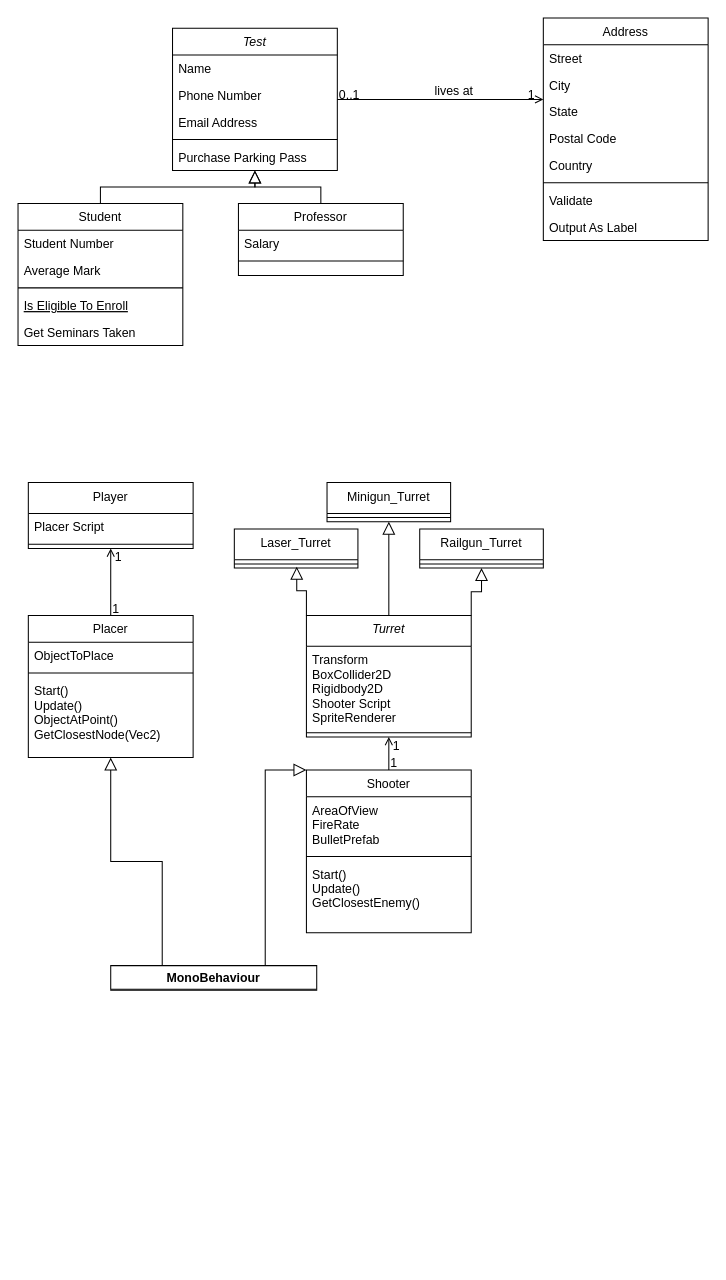
This is Assets/UML Diagram.drawio from Astrophsica/AlienAttack, a draw.io file, before an edit. Source tidied: cells renumbered, new cells numbered last; positions are measured from the earlier drawing's top-left corner, leaving out a move shared by most shapes. Both pictures are drawn from the tidied source at 103%, with x=0, y=0 at pixel (18, 18).
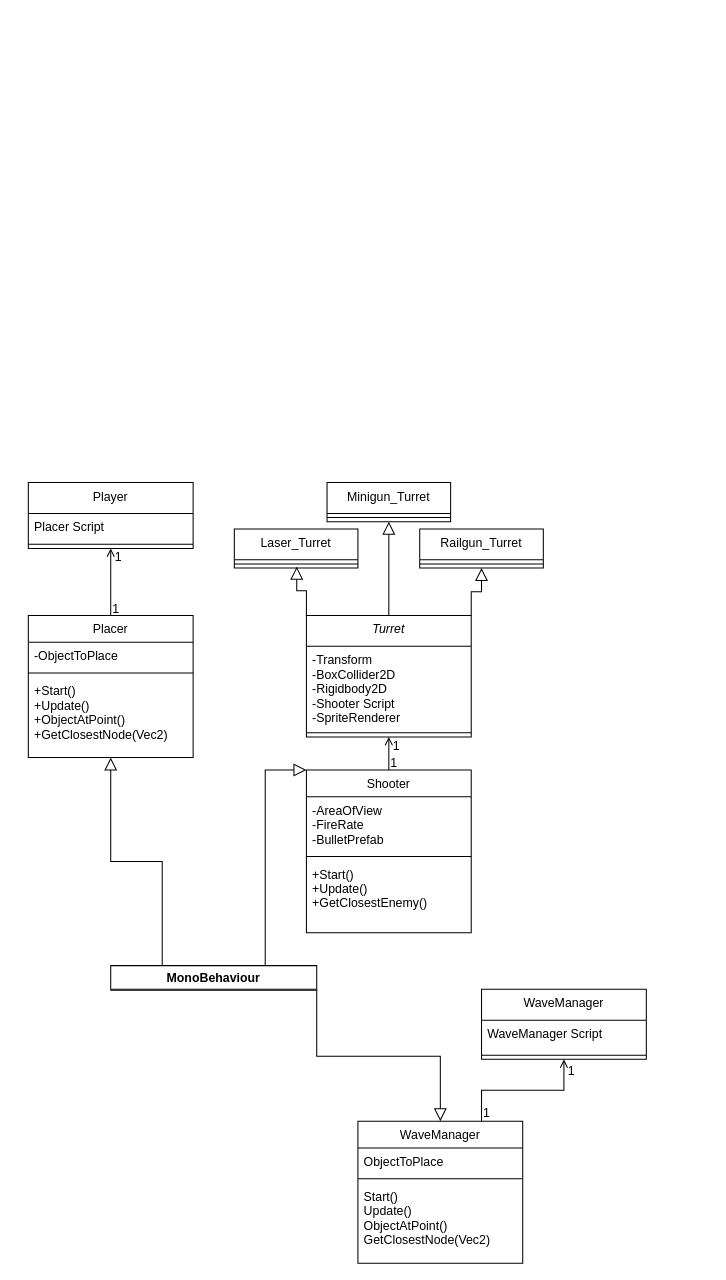
The same page after the edit.

The change refers to these unchanged cells:
```xml
<mxCell id="35" value="Placer" style="swimlane;fontStyle=0;align=center;verticalAlign=top;horizontal=1;startSize=26;rounded=0;shadow=0;strokeWidth=1;" parent="1" vertex="1">
  <mxGeometry x="10" y="580" width="160" height="138" as="geometry" />
</mxCell>
<mxCell id="42" value="MonoBehaviour" style="swimlane;" parent="1" vertex="1">
  <mxGeometry x="90" y="920" width="200" height="24" as="geometry" />
</mxCell>
<mxCell id="43" value="Turret" style="swimlane;fontStyle=2;align=center;verticalAlign=top;horizontal=1;startSize=30;rounded=0;shadow=0;strokeWidth=1;" parent="1" vertex="1">
  <mxGeometry x="280" y="580" width="160" height="118" as="geometry" />
</mxCell>
<mxCell id="52" value="Shooter" style="swimlane;fontStyle=0;align=center;verticalAlign=top;horizontal=1;startSize=26;rounded=0;shadow=0;strokeWidth=1;" parent="1" vertex="1">
  <mxGeometry x="280" y="730" width="160" height="158" as="geometry" />
</mxCell>
```

The edit, as a diff of the source:
```diff
@@
-    <mxCell id="2" value="Test" style="swimlane;fontStyle=2;align=center;verticalAlign=top;horizontal=1;startSize=26;rounded=0;shadow=0;strokeWidth=1;" parent="1" vertex="1">
-      <mxGeometry x="150" y="10" width="160" height="138" as="geometry" />
-    </mxCell>
-    <mxCell id="3" value="Name" style="text;align=left;verticalAlign=top;spacingLeft=4;spacingRight=4;overflow=hidden;" parent="2" vertex="1">
-      <mxGeometry y="26" width="160" height="26" as="geometry" />
-    </mxCell>
-    <mxCell id="4" value="Phone Number" style="text;align=left;verticalAlign=top;spacingLeft=4;spacingRight=4;overflow=hidden;rounded=0;shadow=0;html=0;" parent="2" vertex="1">
-      <mxGeometry y="52" width="160" height="26" as="geometry" />
-    </mxCell>
-    <mxCell id="5" value="Email Address" style="text;align=left;verticalAlign=top;spacingLeft=4;spacingRight=4;overflow=hidden;rounded=0;shadow=0;html=0;" parent="2" vertex="1">
-      <mxGeometry y="78" width="160" height="26" as="geometry" />
-    </mxCell>
-    <mxCell id="6" style="line;html=1;strokeWidth=1;align=left;verticalAlign=middle;spacingTop=-1;spacingLeft=3;spacingRight=3;labelPosition=right;" parent="2" vertex="1">
-      <mxGeometry y="104" width="160" height="8" as="geometry" />
-    </mxCell>
-    <mxCell id="7" value="Purchase Parking Pass" style="text;align=left;verticalAlign=top;spacingLeft=4;spacingRight=4;overflow=hidden;" parent="2" vertex="1">
-      <mxGeometry y="112" width="160" height="26" as="geometry" />
-    </mxCell>
-    <mxCell id="8" value="Student" style="swimlane;fontStyle=0;align=center;verticalAlign=top;horizontal=1;startSize=26;rounded=0;shadow=0;strokeWidth=1;" parent="1" vertex="1">
-      <mxGeometry y="180" width="160" height="138" as="geometry" />
-    </mxCell>
-    <mxCell id="9" value="Student Number" style="text;align=left;verticalAlign=top;spacingLeft=4;spacingRight=4;overflow=hidden;" parent="8" vertex="1">
-      <mxGeometry y="26" width="160" height="26" as="geometry" />
-    </mxCell>
-    <mxCell id="10" value="Average Mark" style="text;align=left;verticalAlign=top;spacingLeft=4;spacingRight=4;overflow=hidden;rounded=0;shadow=0;html=0;" parent="8" vertex="1">
-      <mxGeometry y="52" width="160" height="26" as="geometry" />
-    </mxCell>
-    <mxCell id="11" style="line;html=1;strokeWidth=1;align=left;verticalAlign=middle;spacingTop=-1;spacingLeft=3;spacingRight=3;labelPosition=right;" parent="8" vertex="1">
-      <mxGeometry y="78" width="160" height="8" as="geometry" />
-    </mxCell>
-    <mxCell id="12" value="Is Eligible To Enroll" style="text;align=left;verticalAlign=top;spacingLeft=4;spacingRight=4;overflow=hidden;fontStyle=4;" parent="8" vertex="1">
-      <mxGeometry y="86" width="160" height="26" as="geometry" />
-    </mxCell>
-    <mxCell id="13" value="Get Seminars Taken" style="text;align=left;verticalAlign=top;spacingLeft=4;spacingRight=4;overflow=hidden;" parent="8" vertex="1">
-      <mxGeometry y="112" width="160" height="26" as="geometry" />
-    </mxCell>
-    <mxCell id="14" style="endArrow=block;endSize=10;endFill=0;shadow=0;strokeWidth=1;rounded=0;edgeStyle=elbowEdgeStyle;elbow=vertical;" parent="1" edge="1" source="8" target="2">
-      <mxGeometry relative="1" as="geometry" />
-    </mxCell>
-    <mxCell id="15" value="Professor" style="swimlane;fontStyle=0;align=center;verticalAlign=top;horizontal=1;startSize=26;rounded=0;shadow=0;strokeWidth=1;" parent="1" vertex="1">
-      <mxGeometry x="214" y="180" width="160" height="70" as="geometry" />
-    </mxCell>
-    <mxCell id="16" value="Salary" style="text;align=left;verticalAlign=top;spacingLeft=4;spacingRight=4;overflow=hidden;" parent="15" vertex="1">
-      <mxGeometry y="26" width="160" height="26" as="geometry" />
-    </mxCell>
-    <mxCell id="17" style="line;html=1;strokeWidth=1;align=left;verticalAlign=middle;spacingTop=-1;spacingLeft=3;spacingRight=3;labelPosition=right;" parent="15" vertex="1">
-      <mxGeometry y="52" width="160" height="8" as="geometry" />
-    </mxCell>
-    <mxCell id="18" style="endArrow=block;endSize=10;endFill=0;shadow=0;strokeWidth=1;rounded=0;edgeStyle=elbowEdgeStyle;elbow=vertical;" parent="1" edge="1" source="15" target="2">
-      <mxGeometry relative="1" as="geometry" />
-    </mxCell>
-    <mxCell id="19" value="Address" style="swimlane;fontStyle=0;align=center;verticalAlign=top;horizontal=1;startSize=26;rounded=0;shadow=0;strokeWidth=1;" parent="1" vertex="1">
-      <mxGeometry x="510" width="160" height="216" as="geometry" />
-    </mxCell>
-    <mxCell id="20" value="Street" style="text;align=left;verticalAlign=top;spacingLeft=4;spacingRight=4;overflow=hidden;" parent="19" vertex="1">
-      <mxGeometry y="26" width="160" height="26" as="geometry" />
-    </mxCell>
-    <mxCell id="21" value="City" style="text;align=left;verticalAlign=top;spacingLeft=4;spacingRight=4;overflow=hidden;rounded=0;shadow=0;html=0;" parent="19" vertex="1">
-      <mxGeometry y="52" width="160" height="26" as="geometry" />
-    </mxCell>
-    <mxCell id="22" value="State" style="text;align=left;verticalAlign=top;spacingLeft=4;spacingRight=4;overflow=hidden;rounded=0;shadow=0;html=0;" parent="19" vertex="1">
-      <mxGeometry y="78" width="160" height="26" as="geometry" />
-    </mxCell>
-    <mxCell id="23" value="Postal Code" style="text;align=left;verticalAlign=top;spacingLeft=4;spacingRight=4;overflow=hidden;rounded=0;shadow=0;html=0;" parent="19" vertex="1">
-      <mxGeometry y="104" width="160" height="26" as="geometry" />
-    </mxCell>
-    <mxCell id="24" value="Country" style="text;align=left;verticalAlign=top;spacingLeft=4;spacingRight=4;overflow=hidden;rounded=0;shadow=0;html=0;" parent="19" vertex="1">
-      <mxGeometry y="130" width="160" height="26" as="geometry" />
-    </mxCell>
-    <mxCell id="25" style="line;html=1;strokeWidth=1;align=left;verticalAlign=middle;spacingTop=-1;spacingLeft=3;spacingRight=3;labelPosition=right;" parent="19" vertex="1">
-      <mxGeometry y="156" width="160" height="8" as="geometry" />
-    </mxCell>
-    <mxCell id="26" value="Validate" style="text;align=left;verticalAlign=top;spacingLeft=4;spacingRight=4;overflow=hidden;" parent="19" vertex="1">
-      <mxGeometry y="164" width="160" height="26" as="geometry" />
-    </mxCell>
-    <mxCell id="27" value="Output As Label" style="text;align=left;verticalAlign=top;spacingLeft=4;spacingRight=4;overflow=hidden;" parent="19" vertex="1">
-      <mxGeometry y="190" width="160" height="26" as="geometry" />
-    </mxCell>
-    <mxCell id="28" style="endArrow=open;shadow=0;strokeWidth=1;rounded=0;endFill=1;edgeStyle=elbowEdgeStyle;elbow=vertical;" parent="1" edge="1" source="2" target="19">
-      <mxGeometry x="0.5" y="41" relative="1" as="geometry">
-        <mxPoint x="-40" y="32" as="offset" />
-      </mxGeometry>
-    </mxCell>
-    <mxCell id="29" value="0..1" style="align=left;verticalAlign=bottom;labelBackgroundColor=none;fontSize=12;" parent="28" vertex="1">
-      <mxGeometry x="-1" relative="1" as="geometry">
-        <mxPoint y="4" as="offset" />
-      </mxGeometry>
-    </mxCell>
-    <mxCell id="30" value="1" style="align=right;verticalAlign=bottom;labelBackgroundColor=none;fontSize=12;" parent="28" vertex="1">
-      <mxGeometry x="1" relative="1" as="geometry">
-        <mxPoint x="-7" y="4" as="offset" />
-      </mxGeometry>
-    </mxCell>
-    <mxCell id="31" value="lives at" style="text;html=1;align=center;verticalAlign=middle;labelBackgroundColor=none;rounded=0;shadow=0;strokeWidth=1;fontSize=12;" parent="28" vertex="1">
-      <mxGeometry x="0.5" y="49" relative="1" as="geometry">
-        <mxPoint x="-38" y="40" as="offset" />
-      </mxGeometry>
-    </mxCell>
@@
-    <mxCell id="36" value="ObjectToPlace" style="text;align=left;verticalAlign=top;spacingLeft=4;spacingRight=4;overflow=hidden;" parent="35" vertex="1">
+    <mxCell id="36" value="-ObjectToPlace" style="text;align=left;verticalAlign=top;spacingLeft=4;spacingRight=4;overflow=hidden;" parent="35" vertex="1">
       <mxGeometry y="26" width="160" height="26" as="geometry" />
     </mxCell>
@@
-    <mxCell id="38" value="Start()&#10;Update()&#10;ObjectAtPoint()&#10;GetClosestNode(Vec2)" style="text;align=left;verticalAlign=top;spacingLeft=4;spacingRight=4;overflow=hidden;" parent="35" vertex="1">
+    <mxCell id="38" value="+Start()&#10;+Update()&#10;+ObjectAtPoint()&#10;+GetClosestNode(Vec2)" style="text;align=left;verticalAlign=top;spacingLeft=4;spacingRight=4;overflow=hidden;" parent="35" vertex="1">
       <mxGeometry y="60" width="160" height="70" as="geometry" />
     </mxCell>
@@
-    <mxCell id="44" value="Transform&#10;BoxCollider2D&#10;Rigidbody2D&#10;Shooter Script&#10;SpriteRenderer" style="text;align=left;verticalAlign=top;spacingLeft=4;spacingRight=4;overflow=hidden;rounded=0;shadow=0;html=0;" parent="43" vertex="1">
+    <mxCell id="44" value="-Transform&#10;-BoxCollider2D&#10;-Rigidbody2D&#10;-Shooter Script&#10;-SpriteRenderer" style="text;align=left;verticalAlign=top;spacingLeft=4;spacingRight=4;overflow=hidden;rounded=0;shadow=0;html=0;" parent="43" vertex="1">
       <mxGeometry y="30" width="160" height="80" as="geometry" />
     </mxCell>
@@
-    <mxCell id="53" value="AreaOfView&#10;FireRate&#10;BulletPrefab" style="text;align=left;verticalAlign=top;spacingLeft=4;spacingRight=4;overflow=hidden;" parent="52" vertex="1">
+    <mxCell id="53" value="-AreaOfView&#10;-FireRate&#10;-BulletPrefab" style="text;align=left;verticalAlign=top;spacingLeft=4;spacingRight=4;overflow=hidden;" parent="52" vertex="1">
       <mxGeometry y="26" width="160" height="54" as="geometry" />
     </mxCell>
@@
-    <mxCell id="55" value="Start()&#10;Update()&#10;GetClosestEnemy()" style="text;align=left;verticalAlign=top;spacingLeft=4;spacingRight=4;overflow=hidden;" parent="52" vertex="1">
+    <mxCell id="55" value="+Start()&#10;+Update()&#10;+GetClosestEnemy()" style="text;align=left;verticalAlign=top;spacingLeft=4;spacingRight=4;overflow=hidden;" parent="52" vertex="1">
       <mxGeometry y="88" width="160" height="70" as="geometry" />
     </mxCell>
@@
+    <mxCell id="64" value="WaveManager" style="swimlane;fontStyle=0;align=center;verticalAlign=top;horizontal=1;startSize=30;rounded=0;shadow=0;strokeWidth=1;" parent="1" vertex="1">
+      <mxGeometry x="450" y="943" width="160" height="68" as="geometry" />
+    </mxCell>
+    <mxCell id="65" value="WaveManager Script&#10;" style="text;align=left;verticalAlign=top;spacingLeft=4;spacingRight=4;overflow=hidden;rounded=0;shadow=0;html=0;" parent="64" vertex="1">
+      <mxGeometry y="30" width="160" height="30" as="geometry" />
+    </mxCell>
+    <mxCell id="66" style="line;html=1;strokeWidth=1;align=left;verticalAlign=middle;spacingTop=-1;spacingLeft=3;spacingRight=3;labelPosition=right;" parent="64" vertex="1">
+      <mxGeometry y="60" width="160" height="8" as="geometry" />
+    </mxCell>
+    <mxCell id="67" value="WaveManager" style="swimlane;fontStyle=0;align=center;verticalAlign=top;horizontal=1;startSize=26;rounded=0;shadow=0;strokeWidth=1;" parent="1" vertex="1">
+      <mxGeometry x="330" y="1071" width="160" height="138" as="geometry" />
+    </mxCell>
+    <mxCell id="68" value="ObjectToPlace" style="text;align=left;verticalAlign=top;spacingLeft=4;spacingRight=4;overflow=hidden;" parent="67" vertex="1">
+      <mxGeometry y="26" width="160" height="26" as="geometry" />
+    </mxCell>
+    <mxCell id="17" style="line;html=1;strokeWidth=1;align=left;verticalAlign=middle;spacingTop=-1;spacingLeft=3;spacingRight=3;labelPosition=right;" parent="67" vertex="1">
+      <mxGeometry y="52" width="160" height="8" as="geometry" />
+    </mxCell>
+    <mxCell id="69" value="Start()&#10;Update()&#10;ObjectAtPoint()&#10;GetClosestNode(Vec2)" style="text;align=left;verticalAlign=top;spacingLeft=4;spacingRight=4;overflow=hidden;" parent="67" vertex="1">
+      <mxGeometry y="60" width="160" height="70" as="geometry" />
+    </mxCell>
+    <mxCell id="70" style="endArrow=block;endSize=10;endFill=0;shadow=0;strokeWidth=1;rounded=0;edgeStyle=elbowEdgeStyle;elbow=vertical;exitX=1;exitY=1;exitDx=0;exitDy=0;entryX=0.5;entryY=0;entryDx=0;entryDy=0;" parent="1" edge="1" source="42" target="67">
+      <mxGeometry relative="1" as="geometry" />
+    </mxCell>
+    <mxCell id="71" style="endArrow=open;shadow=0;strokeWidth=1;rounded=0;endFill=1;edgeStyle=elbowEdgeStyle;elbow=vertical;exitX=0.75;exitY=0;exitDx=0;exitDy=0;entryX=0.5;entryY=1;entryDx=0;entryDy=0;" parent="1" edge="1" source="67" target="64">
+      <mxGeometry x="0.5" y="41" relative="1" as="geometry">
+        <Array as="points">
+          <mxPoint x="520" y="1041" />
+        </Array>
+        <mxPoint x="-40" y="32" as="offset" />
+      </mxGeometry>
+    </mxCell>
+    <mxCell id="72" value="1" style="align=left;verticalAlign=bottom;labelBackgroundColor=none;fontSize=12;" parent="71" vertex="1">
+      <mxGeometry x="-1" relative="1" as="geometry" />
+    </mxCell>
+    <mxCell id="30" value="1" style="align=right;verticalAlign=bottom;labelBackgroundColor=none;fontSize=12;" parent="71" vertex="1">
+      <mxGeometry x="1" relative="1" as="geometry">
+        <mxPoint x="12" y="20" as="offset" />
+      </mxGeometry>
+    </mxCell>
```
